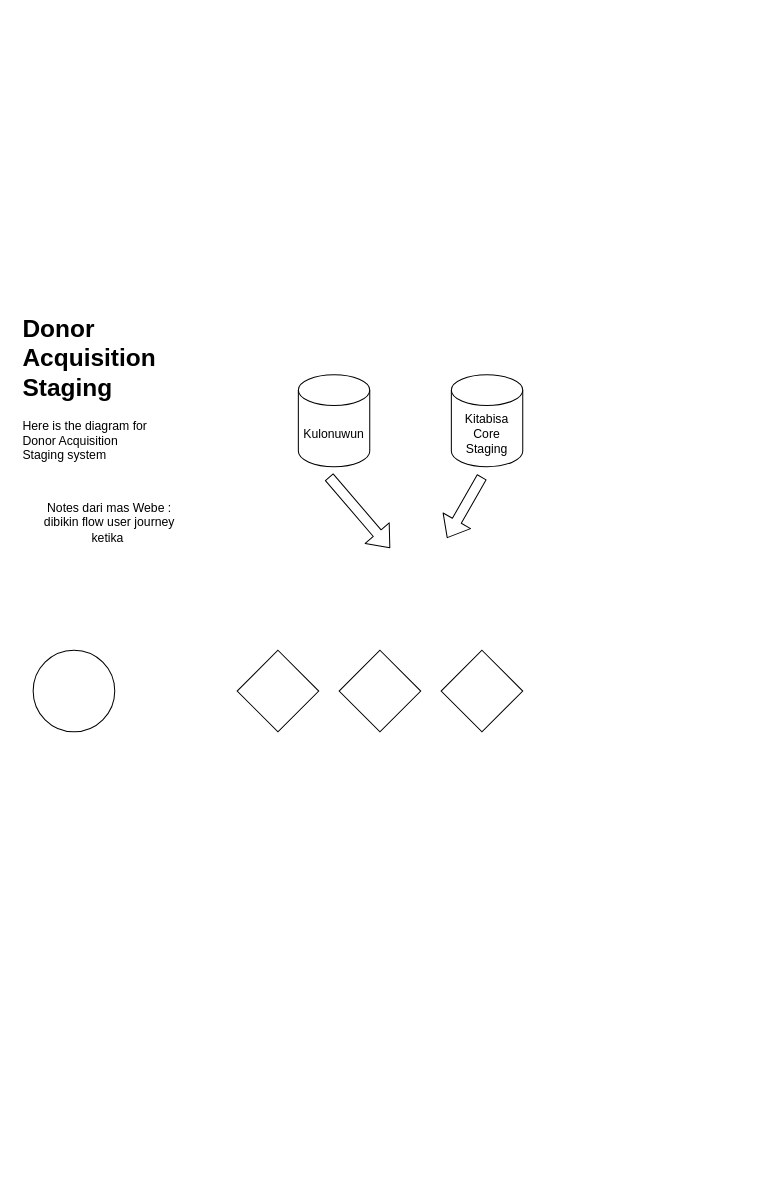
Above: page "BAYU" (3 of 3) of KTBS-DAS-System-Diagram.drawio in WisnuBramantyo/KTBS-Testing (draw.io), before the change. Source tidied: cells renumbered, new cells numbered last; positions are measured from the earlier drawing's top-left corner, leaving out a move shared by most shapes. Both pictures are drawn from the tidied source at 102%, with x=0, y=0 at pixel (17, 308).
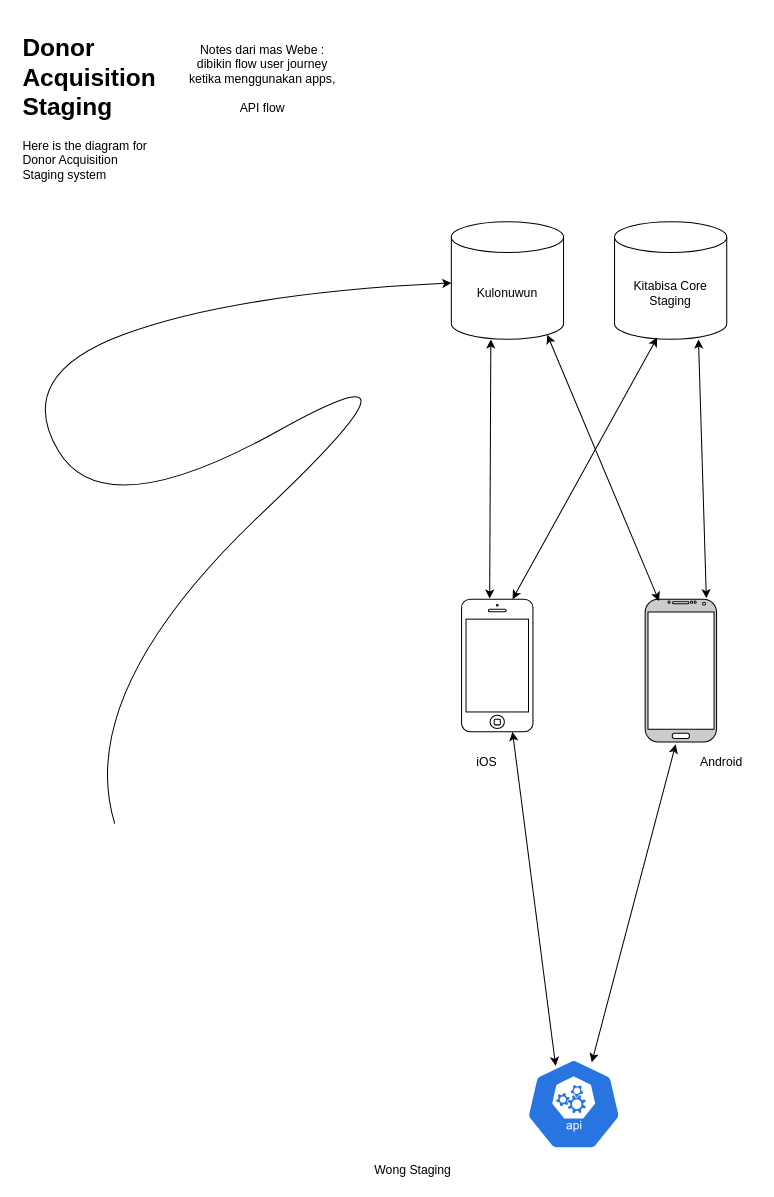
The same diagram, later.

Change to the diagram source:
```diff
@@
     <mxCell id="2" value="Kulonuwun" style="shape=cylinder3;whiteSpace=wrap;html=1;boundedLbl=1;backgroundOutline=1;size=15;" parent="1" vertex="1">
-      <mxGeometry x="275" y="65" width="70" height="90" as="geometry" />
+      <mxGeometry x="425" y="-85" width="110" height="115" as="geometry" />
     </mxCell>
     <mxCell id="3" value="Kitabisa Core Staging" style="shape=cylinder3;whiteSpace=wrap;html=1;boundedLbl=1;backgroundOutline=1;size=15;" parent="1" vertex="1">
-      <mxGeometry x="425" y="65" width="70" height="90" as="geometry" />
+      <mxGeometry x="585" y="-85" width="110" height="115" as="geometry" />
     </mxCell>
-    <mxCell id="4" style="shape=flexArrow;endArrow=classic;html=1;" parent="1" edge="1">
-      <mxGeometry relative="1" as="geometry">
-        <mxPoint x="455" y="165" as="sourcePoint" />
-        <mxPoint x="420.7" y="225" as="targetPoint" />
-      </mxGeometry>
-    </mxCell>
-    <mxCell id="5" style="shape=flexArrow;endArrow=classic;html=1;" parent="1" edge="1">
-      <mxGeometry relative="1" as="geometry">
-        <mxPoint x="305" y="165" as="sourcePoint" />
-        <mxPoint x="365" y="235" as="targetPoint" />
-      </mxGeometry>
-    </mxCell>
     <mxCell id="6" value="&lt;h1&gt;Donor Acquisition Staging&lt;/h1&gt;&lt;p&gt;Here is the diagram for Donor Acquisition Staging system&lt;/p&gt;" style="text;html=1;strokeColor=none;fillColor=none;spacing=5;spacingTop=-20;whiteSpace=wrap;overflow=hidden;rounded=0;direction=south;" parent="1" vertex="1">
-      <mxGeometry width="140" height="175" as="geometry" />
+      <mxGeometry y="-275" width="140" height="175" as="geometry" />
     </mxCell>
-    <mxCell id="7" style="ellipse;whiteSpace=wrap;html=1;" parent="1" vertex="1">
-      <mxGeometry x="15" y="335" width="80" height="80" as="geometry" />
-    </mxCell>
-    <mxCell id="8" style="rhombus;whiteSpace=wrap;html=1;" parent="1" vertex="1">
-      <mxGeometry x="215" y="335" width="80" height="80" as="geometry" />
-    </mxCell>
-    <mxCell id="9" style="rhombus;whiteSpace=wrap;html=1;" parent="1" vertex="1">
-      <mxGeometry x="315" y="335" width="80" height="80" as="geometry" />
-    </mxCell>
-    <mxCell id="10" style="rhombus;whiteSpace=wrap;html=1;" parent="1" vertex="1">
-      <mxGeometry x="415" y="335" width="80" height="80" as="geometry" />
-    </mxCell>
-    <mxCell id="11" value="Notes dari mas Webe : dibikin flow user journey ketika&amp;nbsp;" style="text;html=1;strokeColor=none;fillColor=none;align=center;verticalAlign=middle;whiteSpace=wrap;rounded=0;" parent="1" vertex="1">
-      <mxGeometry x="15" y="175" width="150" height="70" as="geometry" />
+    <mxCell id="11" value="Notes dari mas Webe : dibikin flow user journey ketika menggunakan apps,&lt;br&gt;&lt;br&gt;API flow" style="text;html=1;strokeColor=none;fillColor=none;align=center;verticalAlign=middle;whiteSpace=wrap;rounded=0;" parent="1" vertex="1">
+      <mxGeometry x="165" y="-285" width="150" height="120" as="geometry" />
     </mxCell>
+    <mxCell id="12" style="verticalLabelPosition=bottom;verticalAlign=top;html=1;shadow=0;dashed=0;strokeWidth=1;shape=mxgraph.android.phone2;fillColor=#CCCCCC;" parent="1" vertex="1">
+      <mxGeometry x="615" y="285" width="70" height="140" as="geometry" />
+    </mxCell>
+    <mxCell id="13" style="html=1;verticalLabelPosition=bottom;labelBackgroundColor=#ffffff;verticalAlign=top;shadow=0;dashed=0;strokeWidth=1;shape=mxgraph.ios7.misc.iphone;fillColor=#FFFFFF;" parent="1" vertex="1">
+      <mxGeometry x="435" y="285" width="70" height="130" as="geometry" />
+    </mxCell>
+    <mxCell id="14" style="endArrow=classic;startArrow=classic;html=1;exitX=0.195;exitY=0.013;exitDx=0;exitDy=0;exitPerimeter=0;entryX=0.855;entryY=1;entryDx=0;entryDy=-4.35;entryPerimeter=0;" parent="1" edge="1" source="12" target="2">
+      <mxGeometry relative="1" as="geometry" />
+    </mxCell>
+    <mxCell id="15" style="endArrow=classic;startArrow=classic;html=1;entryX=0.748;entryY=1.002;entryDx=0;entryDy=0;entryPerimeter=0;" parent="1" edge="1" target="3">
+      <mxGeometry relative="1" as="geometry">
+        <mxPoint x="675" y="284" as="sourcePoint" />
+      </mxGeometry>
+    </mxCell>
+    <mxCell id="16" style="endArrow=classic;startArrow=classic;html=1;entryX=0.38;entryY=0.987;entryDx=0;entryDy=0;entryPerimeter=0;" parent="1" edge="1" target="3">
+      <mxGeometry relative="1" as="geometry">
+        <mxPoint x="485" y="285" as="sourcePoint" />
+      </mxGeometry>
+    </mxCell>
+    <mxCell id="17" style="endArrow=classic;startArrow=classic;html=1;entryX=0.352;entryY=1.002;entryDx=0;entryDy=0;entryPerimeter=0;exitX=0.394;exitY=-0.005;exitDx=0;exitDy=0;exitPerimeter=0;" parent="1" edge="1" source="13" target="2">
+      <mxGeometry relative="1" as="geometry" />
+    </mxCell>
+    <mxCell id="18" value="iOS" style="text;html=1;strokeColor=none;fillColor=none;align=center;verticalAlign=middle;whiteSpace=wrap;rounded=0;" parent="1" vertex="1">
+      <mxGeometry x="405" y="435" width="110" height="20" as="geometry" />
+    </mxCell>
+    <mxCell id="19" value="Android" style="text;html=1;strokeColor=none;fillColor=none;align=center;verticalAlign=middle;whiteSpace=wrap;rounded=0;" parent="1" vertex="1">
+      <mxGeometry x="655" y="435" width="70" height="20" as="geometry" />
+    </mxCell>
+    <mxCell id="20" style="html=1;dashed=0;whitespace=wrap;fillColor=#2875E2;strokeColor=#ffffff;points=[[0.005,0.63,0],[0.1,0.2,0],[0.9,0.2,0],[0.5,0,0],[0.995,0.63,0],[0.72,0.99,0],[0.5,1,0],[0.28,0.99,0]];shape=mxgraph.kubernetes.icon;prIcon=api;" parent="1" vertex="1">
+      <mxGeometry x="485" y="735" width="120" height="90" as="geometry" />
+    </mxCell>
+    <mxCell id="21" value="Wong Staging" style="text;html=1;strokeColor=none;fillColor=none;align=center;verticalAlign=middle;whiteSpace=wrap;rounded=0;" parent="1" vertex="1">
+      <mxGeometry x="340" y="835" width="95" height="20" as="geometry" />
+    </mxCell>
+    <mxCell id="22" style="endArrow=classic;startArrow=classic;html=1;strokeColor=#000000;exitX=0.352;exitY=0.084;exitDx=0;exitDy=0;exitPerimeter=0;entryX=0.714;entryY=1;entryDx=0;entryDy=0;entryPerimeter=0;" parent="1" edge="1" source="20" target="13">
+      <mxGeometry relative="1" as="geometry" />
+    </mxCell>
+    <mxCell id="23" style="endArrow=classic;startArrow=classic;html=1;strokeColor=#000000;entryX=0.428;entryY=1.016;entryDx=0;entryDy=0;entryPerimeter=0;exitX=0.647;exitY=0.044;exitDx=0;exitDy=0;exitPerimeter=0;" parent="1" edge="1" source="20" target="12">
+      <mxGeometry relative="1" as="geometry" />
+    </mxCell>
+    <mxCell id="24" style="curved=1;endArrow=classic;html=1;strokeColor=#000000;" parent="1" edge="1">
+      <mxGeometry relative="1" as="geometry">
+        <mxPoint x="95" y="505" as="sourcePoint" />
+        <mxPoint x="425" y="-25" as="targetPoint" />
+        <Array as="points">
+          <mxPoint x="55" y="375" />
+          <mxPoint x="425" y="25" />
+          <mxPoint x="85" y="215" />
+          <mxPoint x="-5" y="65" />
+          <mxPoint x="215" y="-15" />
+        </Array>
+      </mxGeometry>
+    </mxCell>
```
